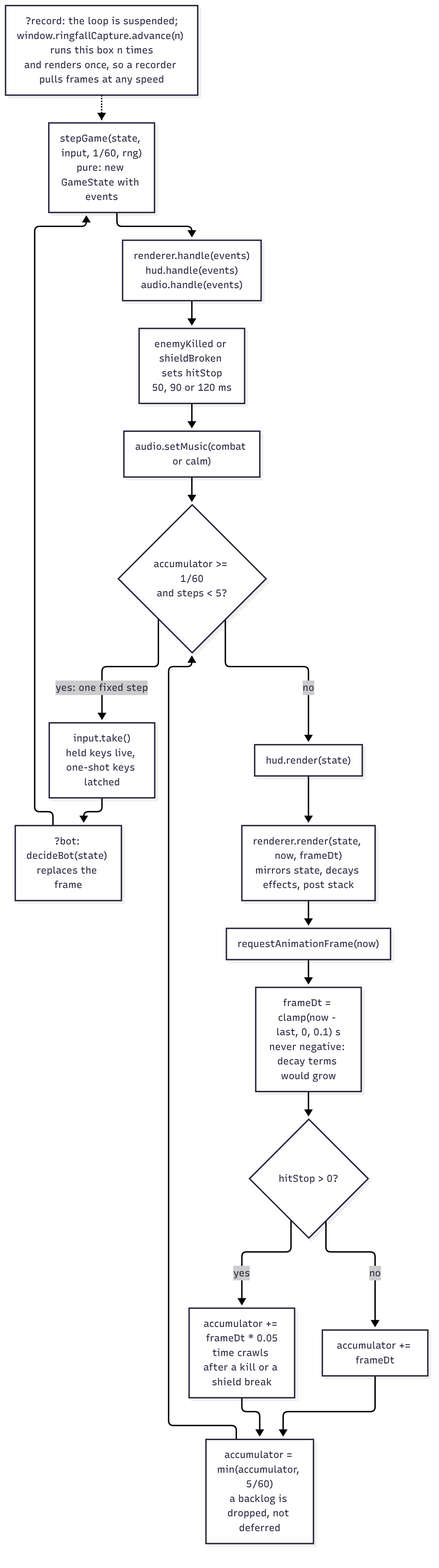
Above: docs/architecture/render/frame.png in agh/ringfall (Mermaid), before the change. Its source is kept beside it as docs/architecture/diagrams/frame.mmd.
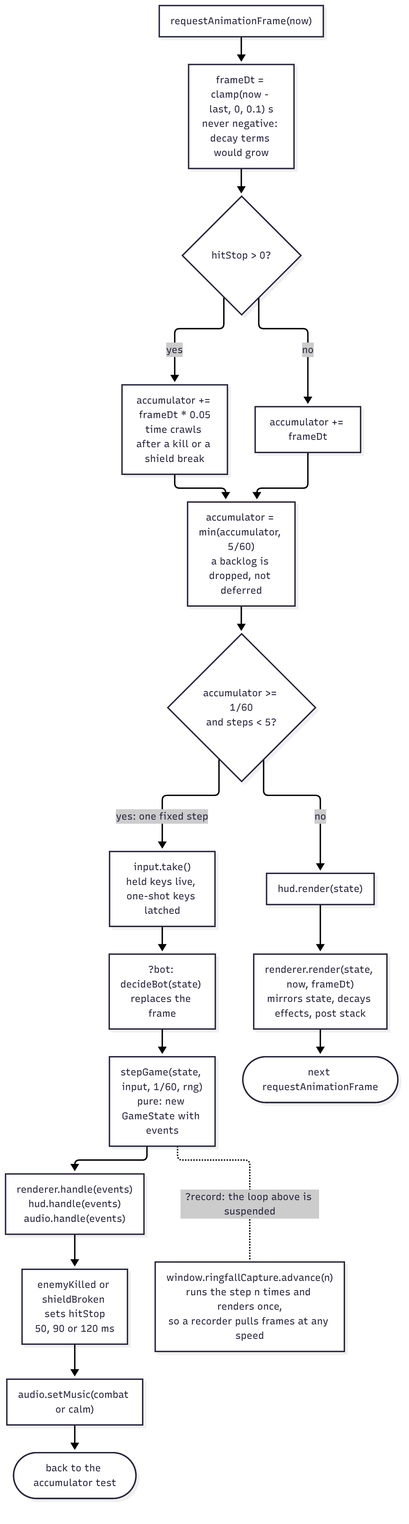
The same diagram one commit later.

Commit message:
docs(architecture): lay the frame view out top-down

What changed in the source:
```diff
@@ -15,10 +15,12 @@
   music["audio.setMusic(combat or calm)"]
   hudr["hud.render(state)"]
   draw["renderer.render(state, now, frameDt)<br/>mirrors state, decays effects, post stack"]
-  capture["?record: the loop is suspended;<br/>window.ringfallCapture.advance(n) runs this box n times<br/>and renders once, so a recorder pulls frames at any speed"]
+  capture["window.ringfallCapture.advance(n)<br/>runs the step n times and renders once,<br/>so a recorder pulls frames at any speed"]
   raf --> dt --> hitstop
   hitstop -->|"yes"| slow --> cap
   hitstop -->|"no"| full --> cap --> loop
-  loop -->|"yes: one fixed step"| take --> bot --> step --> fan --> stop --> music --> loop
-  loop -->|"no"| hudr --> draw --> raf
-  capture -.-> step
+  again(["back to the accumulator test"])
+  next(["next requestAnimationFrame"])
+  loop -->|"yes: one fixed step"| take --> bot --> step --> fan --> stop --> music --> again
+  loop -->|"no"| hudr --> draw --> next
+  step -.-|"?record: the loop above is suspended"| capture
```
